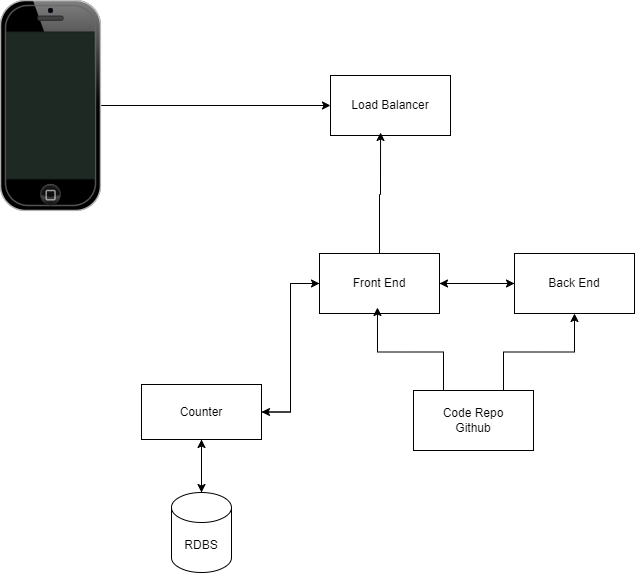
Above: aws-cloud-resume-architecture.drawio.png in tanaka14/aws-cloud-resume (draw.io), before the change. Source tidied: cells renumbered, new cells last; positions are measured from the earlier drawing's top-left corner, leaving out a move shared by most shapes.
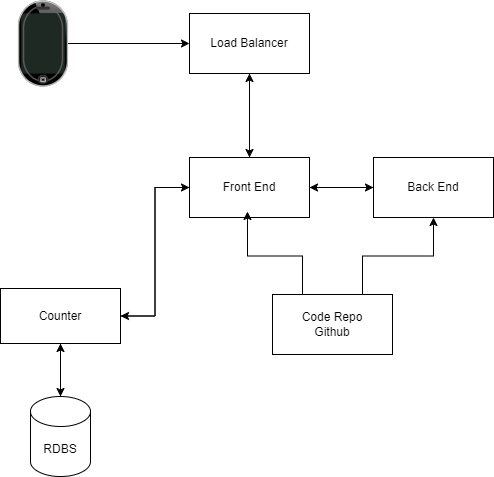
The same diagram one commit later.

Diff of the diagram source:
```diff
@@ -6,22 +6,25 @@
       <mxGeometry relative="1" as="geometry" />
     </mxCell>
     <mxCell id="3" style="verticalLabelPosition=bottom;verticalAlign=top;html=1;shadow=0;dashed=0;strokeWidth=1;shape=mxgraph.ios.iPhone;bgStyle=bgGreen;fillColor=#aaaaaa;sketch=0;" parent="1" vertex="1">
-      <mxGeometry width="100" height="210" as="geometry" />
+      <mxGeometry x="159" y="96.5" width="49" height="85" as="geometry" />
     </mxCell>
+    <mxCell id="19" style="edgeStyle=orthogonalEdgeStyle;rounded=0;jettySize=auto;html=1;" parent="1" edge="1" source="4" target="8">
+      <mxGeometry relative="1" as="geometry" />
+    </mxCell>
     <mxCell id="4" value="Load Balancer" style="rounded=0;whiteSpace=wrap;html=1;" parent="1" vertex="1">
-      <mxGeometry x="330" y="75" width="120" height="60" as="geometry" />
+      <mxGeometry x="330" y="109" width="120" height="60" as="geometry" />
     </mxCell>
-    <mxCell id="5" style="edgeStyle=orthogonalEdgeStyle;rounded=0;jettySize=auto;html=1;entryX=0.417;entryY=0.95;entryDx=0;entryDy=0;entryPerimeter=0;" parent="1" edge="1" source="8" target="4">
-      <mxGeometry relative="1" as="geometry" />
-    </mxCell>
     <mxCell id="6" style="edgeStyle=orthogonalEdgeStyle;rounded=0;jettySize=auto;html=1;entryX=0;entryY=0.5;entryDx=0;entryDy=0;" parent="1" edge="1" source="8" target="10">
       <mxGeometry relative="1" as="geometry" />
     </mxCell>
     <mxCell id="7" style="edgeStyle=orthogonalEdgeStyle;rounded=0;jettySize=auto;html=1;entryX=1;entryY=0.5;entryDx=0;entryDy=0;" parent="1" edge="1" source="8" target="16">
       <mxGeometry relative="1" as="geometry" />
     </mxCell>
+    <mxCell id="5" style="edgeStyle=orthogonalEdgeStyle;rounded=0;jettySize=auto;html=1;entryX=0.5;entryY=1;entryDx=0;entryDy=0;" parent="1" edge="1" source="8" target="4">
+      <mxGeometry relative="1" as="geometry" />
+    </mxCell>
     <mxCell id="8" value="Front End" style="rounded=0;whiteSpace=wrap;html=1;" parent="1" vertex="1">
-      <mxGeometry x="319" y="253" width="120" height="60" as="geometry" />
+      <mxGeometry x="330" y="253" width="120" height="60" as="geometry" />
     </mxCell>
     <mxCell id="9" style="edgeStyle=orthogonalEdgeStyle;rounded=0;jettySize=auto;html=1;" parent="1" edge="1" source="10" target="8">
       <mxGeometry relative="1" as="geometry" />
```
